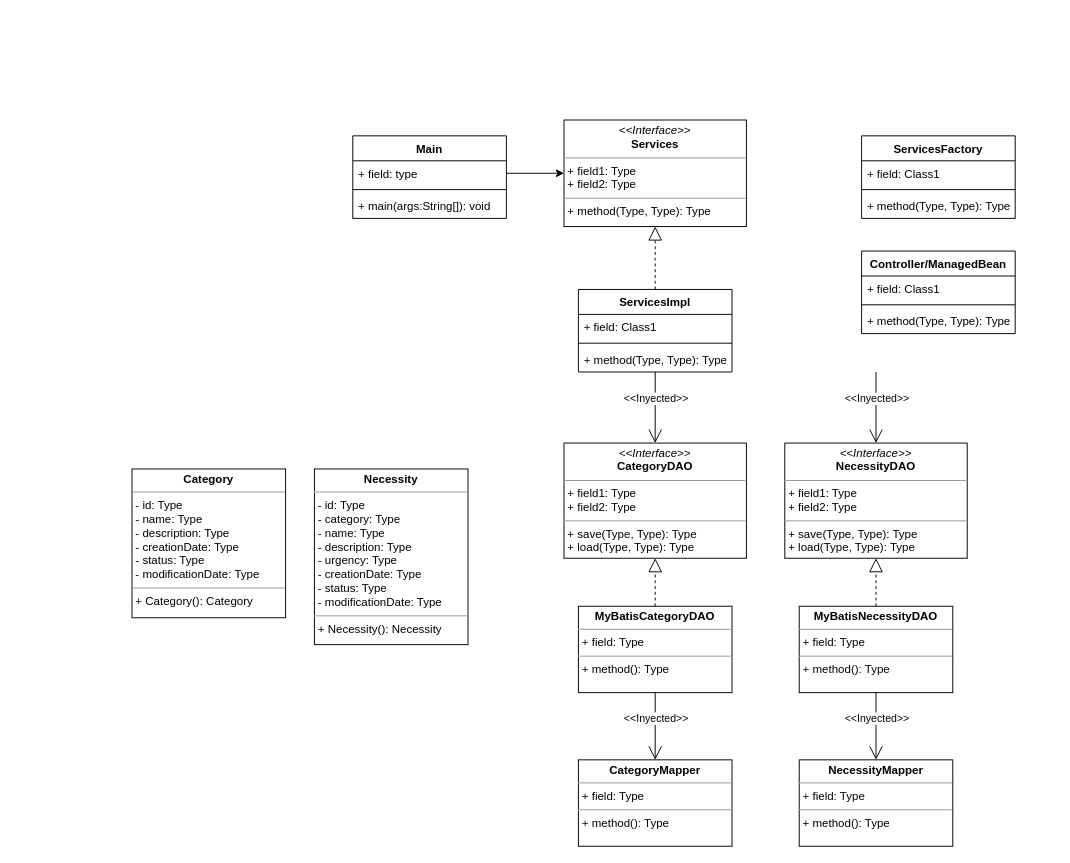
Earlier version of the draw.io diagram classDiagram.drawio (CODECVDS/proyecto-solidaridadescuela). Source tidied: cells renumbered, new cells numbered last; positions are measured from the earlier drawing's top-left corner, leaving out a move shared by most shapes. Both pictures are drawn from the tidied source at 96%, with x=0, y=0 at pixel (132, 120).
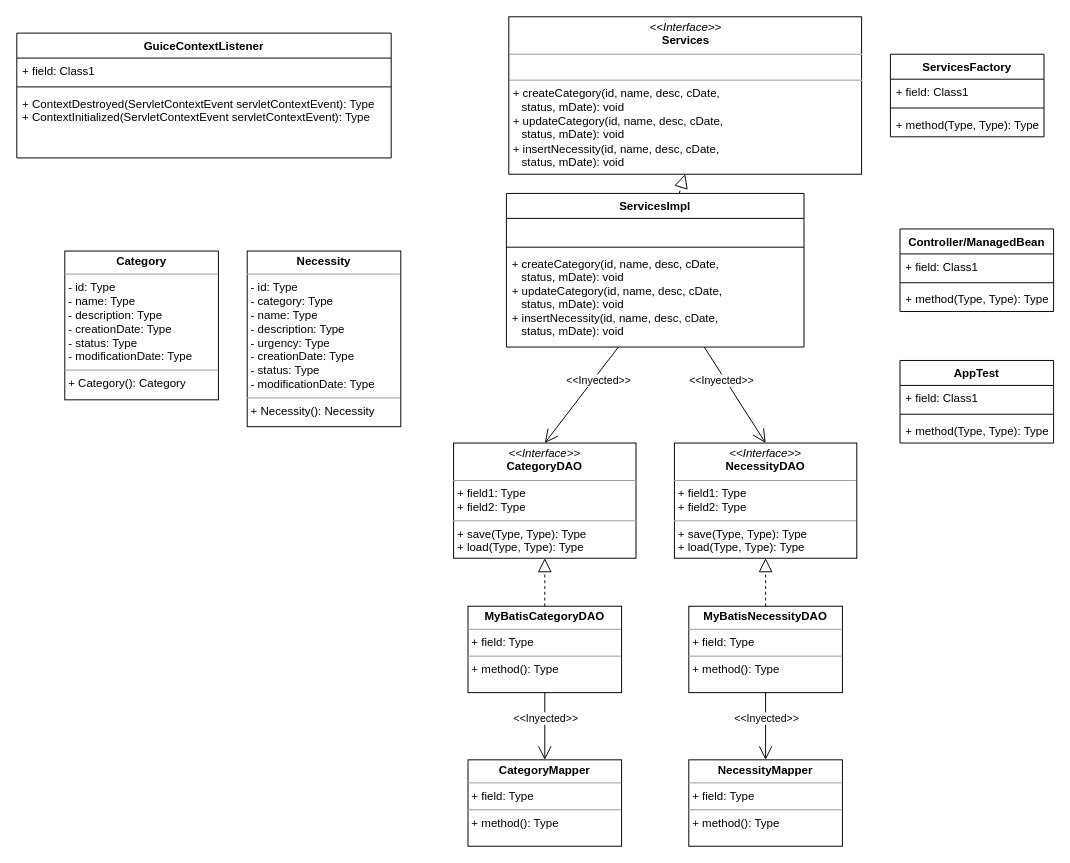
Above is the later version.

Commit message (it also covers changes not shown here):
Diagrama de clases modificado

Change to the diagram source:
```diff
@@
-    <mxCell id="2" value="Main" style="swimlane;fontStyle=1;align=center;verticalAlign=top;horizontal=1;startSize=26;" parent="1" vertex="1">
-      <mxGeometry x="230" y="16" width="160" height="86" as="geometry" />
-    </mxCell>
-    <mxCell id="3" value="+ field: type" style="text;strokeColor=none;fillColor=none;align=left;verticalAlign=top;spacingLeft=4;spacingRight=4;overflow=hidden;points=[[0,0.5],[1,0.5]];portConstraint=eastwest;" parent="2" vertex="1">
-      <mxGeometry y="26" width="160" height="26" as="geometry" />
-    </mxCell>
-    <mxCell id="4" style="line;strokeWidth=1;fillColor=none;align=left;verticalAlign=middle;spacingTop=-1;spacingLeft=3;spacingRight=3;labelPosition=right;" parent="2" vertex="1">
-      <mxGeometry y="52" width="160" height="8" as="geometry" />
-    </mxCell>
-    <mxCell id="5" value="+ main(args:String[]): void" style="text;strokeColor=none;fillColor=none;align=left;verticalAlign=top;spacingLeft=4;spacingRight=4;overflow=hidden;" parent="2" vertex="1">
-      <mxGeometry y="60" width="160" height="26" as="geometry" />
-    </mxCell>
-    <mxCell id="6" style="edgeStyle=orthogonalEdgeStyle;rounded=0;jettySize=auto;html=1;" parent="1" edge="1" source="3" target="7">
-      <mxGeometry relative="1" as="geometry" />
-    </mxCell>
-    <mxCell id="7" value="&lt;p style=&quot;margin: 0px ; margin-top: 4px ; text-align: center&quot;&gt;&lt;i&gt;&amp;lt;&amp;lt;Interface&amp;gt;&amp;gt;&lt;/i&gt;&lt;br&gt;&lt;b&gt;Services&lt;/b&gt;&lt;/p&gt;&lt;hr size=&quot;1&quot;&gt;&lt;p style=&quot;margin: 0px ; margin-left: 4px&quot;&gt;+ field1: Type&lt;br&gt;+ field2: Type&lt;/p&gt;&lt;hr size=&quot;1&quot;&gt;&lt;p style=&quot;margin: 0px ; margin-left: 4px&quot;&gt;+ method(Type, Type): Type&lt;/p&gt;" style="verticalAlign=top;align=left;overflow=fill;fontSize=12;fontFamily=Helvetica;html=1;" parent="1" vertex="1">
-      <mxGeometry x="450" y="-0.5" width="190" height="111" as="geometry" />
+    <mxCell id="7" value="&lt;p style=&quot;margin: 0px ; margin-top: 4px ; text-align: center&quot;&gt;&lt;i&gt;&amp;lt;&amp;lt;Interface&amp;gt;&amp;gt;&lt;/i&gt;&lt;br&gt;&lt;b&gt;Services&lt;/b&gt;&lt;/p&gt;&lt;hr size=&quot;1&quot;&gt;&lt;p style=&quot;margin: 0px ; margin-left: 4px&quot;&gt;&lt;br&gt;&lt;/p&gt;&lt;hr size=&quot;1&quot;&gt;&lt;p style=&quot;margin: 0px ; margin-left: 4px&quot;&gt;+ createCategory(id, name, desc, cDate,&amp;nbsp;&lt;/p&gt;&amp;nbsp; &amp;nbsp; status,&amp;nbsp;&lt;span&gt;mDate&lt;/span&gt;&lt;span&gt;): void&lt;/span&gt;&lt;br&gt;&lt;p style=&quot;margin: 0px ; margin-left: 4px&quot;&gt;+ updateCategory(&lt;span&gt;id, name, desc, cDate,&amp;nbsp;&lt;/span&gt;&lt;/p&gt;&amp;nbsp; &amp;nbsp; status,&amp;nbsp;&lt;span&gt;mDate&lt;/span&gt;&lt;span&gt;): void&lt;/span&gt;&lt;span&gt;&lt;br&gt;&lt;/span&gt;&lt;p style=&quot;margin: 0px ; margin-left: 4px&quot;&gt;+ insertNecessity(&lt;span&gt;id, name, desc, cDate,&amp;nbsp;&lt;/span&gt;&lt;/p&gt;&amp;nbsp; &amp;nbsp; status,&amp;nbsp;&lt;span&gt;mDate&lt;/span&gt;&lt;span&gt;): void&lt;/span&gt;&lt;span&gt;&lt;br&gt;&lt;/span&gt;&lt;p style=&quot;margin: 0px ; margin-left: 4px&quot;&gt;&lt;br&gt;&lt;/p&gt;" style="verticalAlign=top;align=left;overflow=fill;fontSize=12;fontFamily=Helvetica;html=1;" parent="1" vertex="1">
+      <mxGeometry x="392.5" y="-108" width="367.5" height="164" as="geometry" />
     </mxCell>
     <mxCell id="8" value="ServicesImpl" style="swimlane;fontStyle=1;align=center;verticalAlign=top;horizontal=1;startSize=26;" parent="1" vertex="1">
-      <mxGeometry x="465" y="176" width="160" height="86" as="geometry" />
+      <mxGeometry x="390" y="76" width="310" height="160" as="geometry" />
     </mxCell>
-    <mxCell id="9" value="+ field: Class1" style="text;strokeColor=none;fillColor=none;align=left;verticalAlign=top;spacingLeft=4;spacingRight=4;overflow=hidden;" parent="8" vertex="1">
-      <mxGeometry y="26" width="160" height="26" as="geometry" />
+    <mxCell id="9" value=" " style="text;strokeColor=none;fillColor=none;align=left;verticalAlign=top;spacingLeft=4;spacingRight=4;overflow=hidden;" parent="8" vertex="1">
+      <mxGeometry y="26" width="310" height="26" as="geometry" />
     </mxCell>
     <mxCell id="10" style="line;strokeWidth=1;fillColor=none;align=left;verticalAlign=middle;spacingTop=-1;spacingLeft=3;spacingRight=3;labelPosition=right;" parent="8" vertex="1">
-      <mxGeometry y="52" width="160" height="8" as="geometry" />
+      <mxGeometry y="52" width="310" height="8" as="geometry" />
     </mxCell>
-    <mxCell id="11" value="+ method(Type, Type): Type" style="text;strokeColor=none;fillColor=none;align=left;verticalAlign=top;spacingLeft=4;spacingRight=4;overflow=hidden;points=[[0,0.5],[1,0.5]];portConstraint=eastwest;" parent="8" vertex="1">
-      <mxGeometry y="60" width="160" height="26" as="geometry" />
+    <mxCell id="11" value="+ createCategory(id, name, desc, cDate,&#10;   status, mDate): void&#10;+ updateCategory(id, name, desc, cDate,&#10;   status, mDate): void&#10;+ insertNecessity(id, name, desc, cDate,&#10;   status, mDate): void" style="text;strokeColor=none;fillColor=none;align=left;verticalAlign=top;spacingLeft=4;spacingRight=4;overflow=hidden;points=[[0,0.5],[1,0.5]];portConstraint=eastwest;" parent="8" vertex="1">
+      <mxGeometry y="60" width="310" height="100" as="geometry" />
     </mxCell>
     <mxCell id="12" value="&lt;p style=&quot;margin: 0px ; margin-top: 4px ; text-align: center&quot;&gt;&lt;i&gt;&amp;lt;&amp;lt;Interface&amp;gt;&amp;gt;&lt;/i&gt;&lt;br&gt;&lt;b&gt;CategoryDAO&lt;/b&gt;&lt;/p&gt;&lt;hr size=&quot;1&quot;&gt;&lt;p style=&quot;margin: 0px ; margin-left: 4px&quot;&gt;+ field1: Type&lt;br&gt;+ field2: Type&lt;/p&gt;&lt;hr size=&quot;1&quot;&gt;&lt;p style=&quot;margin: 0px ; margin-left: 4px&quot;&gt;+ save(Type, Type): Type&lt;/p&gt;&lt;p style=&quot;margin: 0px ; margin-left: 4px&quot;&gt;+ load(Type, Type): Type&lt;br&gt;&lt;/p&gt;" style="verticalAlign=top;align=left;overflow=fill;fontSize=12;fontFamily=Helvetica;html=1;" parent="1" vertex="1">
-      <mxGeometry x="450" y="336" width="190" height="120" as="geometry" />
+      <mxGeometry x="335" y="336" width="190" height="120" as="geometry" />
     </mxCell>
     <mxCell id="13" value="&lt;p style=&quot;margin: 0px ; margin-top: 4px ; text-align: center&quot;&gt;&lt;b&gt;MyBatisCategoryDAO&lt;/b&gt;&lt;br&gt;&lt;/p&gt;&lt;hr size=&quot;1&quot;&gt;&lt;p style=&quot;margin: 0px ; margin-left: 4px&quot;&gt;+ field: Type&lt;/p&gt;&lt;hr size=&quot;1&quot;&gt;&lt;p style=&quot;margin: 0px ; margin-left: 4px&quot;&gt;+ method(): Type&lt;/p&gt;" style="verticalAlign=top;align=left;overflow=fill;fontSize=12;fontFamily=Helvetica;html=1;" parent="1" vertex="1">
-      <mxGeometry x="465" y="506" width="160" height="90" as="geometry" />
+      <mxGeometry x="350" y="506" width="160" height="90" as="geometry" />
     </mxCell>
     <mxCell id="14" value="&lt;p style=&quot;margin: 0px ; margin-top: 4px ; text-align: center&quot;&gt;&lt;b&gt;CategoryMapper&lt;/b&gt;&lt;/p&gt;&lt;hr size=&quot;1&quot;&gt;&lt;p style=&quot;margin: 0px ; margin-left: 4px&quot;&gt;+ field: Type&lt;/p&gt;&lt;hr size=&quot;1&quot;&gt;&lt;p style=&quot;margin: 0px ; margin-left: 4px&quot;&gt;+ method(): Type&lt;/p&gt;" style="verticalAlign=top;align=left;overflow=fill;fontSize=12;fontFamily=Helvetica;html=1;" parent="1" vertex="1">
-      <mxGeometry x="465" y="666" width="160" height="90" as="geometry" />
+      <mxGeometry x="350" y="666" width="160" height="90" as="geometry" />
     </mxCell>
@@
     <mxCell id="21" value="ServicesFactory" style="swimlane;fontStyle=1;align=center;verticalAlign=top;horizontal=1;startSize=26;" parent="1" vertex="1">
-      <mxGeometry x="760" y="16" width="160" height="86" as="geometry" />
+      <mxGeometry x="790" y="-69" width="160" height="86" as="geometry" />
     </mxCell>
@@
     <mxCell id="25" value="Controller/ManagedBean" style="swimlane;fontStyle=1;align=center;verticalAlign=top;horizontal=1;startSize=26;" parent="1" vertex="1">
-      <mxGeometry x="760" y="136" width="160" height="86" as="geometry" />
+      <mxGeometry x="800" y="113" width="160" height="86" as="geometry" />
     </mxCell>
@@
     <mxCell id="29" value="&lt;p style=&quot;margin: 0px ; margin-top: 4px ; text-align: center&quot;&gt;&lt;b&gt;Category&lt;/b&gt;&lt;br&gt;&lt;/p&gt;&lt;hr size=&quot;1&quot;&gt;&lt;p style=&quot;margin: 0px ; margin-left: 4px&quot;&gt;- id: Type&lt;/p&gt;&lt;p style=&quot;margin: 0px ; margin-left: 4px&quot;&gt;- name: Type&lt;br&gt;&lt;/p&gt;&lt;p style=&quot;margin: 0px ; margin-left: 4px&quot;&gt;- description: Type&lt;br&gt;&lt;/p&gt;&lt;p style=&quot;margin: 0px ; margin-left: 4px&quot;&gt;- creationDate: Type&lt;br&gt;&lt;/p&gt;&lt;p style=&quot;margin: 0px ; margin-left: 4px&quot;&gt;- status: Type&lt;br&gt;&lt;/p&gt;&lt;p style=&quot;margin: 0px ; margin-left: 4px&quot;&gt;- modificationDate: Type&lt;br&gt;&lt;/p&gt;&lt;hr size=&quot;1&quot;&gt;&lt;p style=&quot;margin: 0px ; margin-left: 4px&quot;&gt;+ Category(): Category&lt;/p&gt;" style="verticalAlign=top;align=left;overflow=fill;fontSize=12;fontFamily=Helvetica;html=1;" parent="1" vertex="1">
-      <mxGeometry y="363" width="160" height="155" as="geometry" />
+      <mxGeometry x="-70" y="136" width="160" height="155" as="geometry" />
     </mxCell>
     <mxCell id="30" value="&lt;p style=&quot;margin: 0px ; margin-top: 4px ; text-align: center&quot;&gt;&lt;b&gt;Necessity&lt;/b&gt;&lt;br&gt;&lt;/p&gt;&lt;hr size=&quot;1&quot;&gt;&lt;p style=&quot;margin: 0px ; margin-left: 4px&quot;&gt;- id: Type&lt;/p&gt;&lt;p style=&quot;margin: 0px ; margin-left: 4px&quot;&gt;- category: Type&lt;br&gt;&lt;/p&gt;&lt;p style=&quot;margin: 0px ; margin-left: 4px&quot;&gt;- name: Type&lt;br&gt;&lt;/p&gt;&lt;p style=&quot;margin: 0px ; margin-left: 4px&quot;&gt;- description: Type&lt;br&gt;&lt;/p&gt;&lt;p style=&quot;margin: 0px ; margin-left: 4px&quot;&gt;- urgency: Type&lt;br&gt;&lt;/p&gt;&lt;p style=&quot;margin: 0px ; margin-left: 4px&quot;&gt;- creationDate: Type&lt;br&gt;&lt;/p&gt;&lt;p style=&quot;margin: 0px ; margin-left: 4px&quot;&gt;- status: Type&lt;br&gt;&lt;/p&gt;&lt;p style=&quot;margin: 0px ; margin-left: 4px&quot;&gt;- modificationDate: Type&lt;br&gt;&lt;/p&gt;&lt;hr size=&quot;1&quot;&gt;&lt;p style=&quot;margin: 0px ; margin-left: 4px&quot;&gt;+ Necessity(): Necessity&lt;/p&gt;" style="verticalAlign=top;align=left;overflow=fill;fontSize=12;fontFamily=Helvetica;html=1;" parent="1" vertex="1">
-      <mxGeometry x="190" y="363" width="160" height="183" as="geometry" />
+      <mxGeometry x="120" y="136" width="160" height="183" as="geometry" />
     </mxCell>
     <mxCell id="31" value="&lt;p style=&quot;margin: 0px ; margin-top: 4px ; text-align: center&quot;&gt;&lt;i&gt;&amp;lt;&amp;lt;Interface&amp;gt;&amp;gt;&lt;/i&gt;&lt;br&gt;&lt;b&gt;NecessityDAO&lt;/b&gt;&lt;/p&gt;&lt;hr size=&quot;1&quot;&gt;&lt;p style=&quot;margin: 0px ; margin-left: 4px&quot;&gt;+ field1: Type&lt;br&gt;+ field2: Type&lt;/p&gt;&lt;hr size=&quot;1&quot;&gt;&lt;p style=&quot;margin: 0px ; margin-left: 4px&quot;&gt;+ save(Type, Type): Type&lt;/p&gt;&lt;p style=&quot;margin: 0px ; margin-left: 4px&quot;&gt;+ load(Type, Type): Type&lt;br&gt;&lt;/p&gt;" style="verticalAlign=top;align=left;overflow=fill;fontSize=12;fontFamily=Helvetica;html=1;" parent="1" vertex="1">
-      <mxGeometry x="680" y="336" width="190" height="120" as="geometry" />
+      <mxGeometry x="565" y="336" width="190" height="120" as="geometry" />
     </mxCell>
     <mxCell id="32" value="&lt;p style=&quot;margin: 0px ; margin-top: 4px ; text-align: center&quot;&gt;&lt;b&gt;MyBatisNecessityDAO&lt;/b&gt;&lt;br&gt;&lt;/p&gt;&lt;hr size=&quot;1&quot;&gt;&lt;p style=&quot;margin: 0px ; margin-left: 4px&quot;&gt;+ field: Type&lt;/p&gt;&lt;hr size=&quot;1&quot;&gt;&lt;p style=&quot;margin: 0px ; margin-left: 4px&quot;&gt;+ method(): Type&lt;/p&gt;" style="verticalAlign=top;align=left;overflow=fill;fontSize=12;fontFamily=Helvetica;html=1;" parent="1" vertex="1">
-      <mxGeometry x="695" y="506" width="160" height="90" as="geometry" />
+      <mxGeometry x="580" y="506" width="160" height="90" as="geometry" />
     </mxCell>
@@
-    <mxCell id="36" style="endArrow=open;endFill=1;endSize=12;html=1;entryX=0.5;entryY=0;entryDx=0;entryDy=0;" parent="1" edge="1" target="31">
-      <mxGeometry relative="1" as="geometry">
-        <mxPoint x="775" y="262" as="sourcePoint" />
-      </mxGeometry>
+    <mxCell id="36" style="endArrow=open;endFill=1;endSize=12;html=1;entryX=0.5;entryY=0;entryDx=0;entryDy=0;" parent="1" edge="1" source="8" target="31">
+      <mxGeometry relative="1" as="geometry" />
     </mxCell>
@@
     <mxCell id="38" value="&lt;p style=&quot;margin: 0px ; margin-top: 4px ; text-align: center&quot;&gt;&lt;b&gt;NecessityMapper&lt;/b&gt;&lt;/p&gt;&lt;hr size=&quot;1&quot;&gt;&lt;p style=&quot;margin: 0px ; margin-left: 4px&quot;&gt;+ field: Type&lt;/p&gt;&lt;hr size=&quot;1&quot;&gt;&lt;p style=&quot;margin: 0px ; margin-left: 4px&quot;&gt;+ method(): Type&lt;/p&gt;" style="verticalAlign=top;align=left;overflow=fill;fontSize=12;fontFamily=Helvetica;html=1;" parent="1" vertex="1">
-      <mxGeometry x="695" y="666" width="160" height="90" as="geometry" />
+      <mxGeometry x="580" y="666" width="160" height="90" as="geometry" />
     </mxCell>
+    <mxCell id="39" value="GuiceContextListener" style="swimlane;fontStyle=1;align=center;verticalAlign=top;horizontal=1;startSize=26;" parent="1" vertex="1">
+      <mxGeometry x="-120" y="-91" width="390" height="130" as="geometry" />
+    </mxCell>
+    <mxCell id="40" value="+ field: Class1" style="text;strokeColor=none;fillColor=none;align=left;verticalAlign=top;spacingLeft=4;spacingRight=4;overflow=hidden;" parent="39" vertex="1">
+      <mxGeometry y="26" width="390" height="26" as="geometry" />
+    </mxCell>
+    <mxCell id="41" style="line;strokeWidth=1;fillColor=none;align=left;verticalAlign=middle;spacingTop=-1;spacingLeft=3;spacingRight=3;labelPosition=right;" parent="39" vertex="1">
+      <mxGeometry y="52" width="390" height="8" as="geometry" />
+    </mxCell>
+    <mxCell id="42" value="+ ContextDestroyed(ServletContextEvent servletContextEvent): Type&#10;+ ContextInitialized(ServletContextEvent servletContextEvent): Type" style="text;strokeColor=none;fillColor=none;align=left;verticalAlign=top;spacingLeft=4;spacingRight=4;overflow=hidden;" parent="39" vertex="1">
+      <mxGeometry y="60" width="390" height="70" as="geometry" />
+    </mxCell>
+    <mxCell id="43" value="AppTest" style="swimlane;fontStyle=1;align=center;verticalAlign=top;horizontal=1;startSize=26;" parent="1" vertex="1">
+      <mxGeometry x="800" y="250" width="160" height="86" as="geometry" />
+    </mxCell>
+    <mxCell id="44" value="+ field: Class1" style="text;strokeColor=none;fillColor=none;align=left;verticalAlign=top;spacingLeft=4;spacingRight=4;overflow=hidden;" parent="43" vertex="1">
+      <mxGeometry y="26" width="160" height="26" as="geometry" />
+    </mxCell>
+    <mxCell id="4" style="line;strokeWidth=1;fillColor=none;align=left;verticalAlign=middle;spacingTop=-1;spacingLeft=3;spacingRight=3;labelPosition=right;" parent="43" vertex="1">
+      <mxGeometry y="52" width="160" height="8" as="geometry" />
+    </mxCell>
+    <mxCell id="45" value="+ method(Type, Type): Type" style="text;strokeColor=none;fillColor=none;align=left;verticalAlign=top;spacingLeft=4;spacingRight=4;overflow=hidden;" parent="43" vertex="1">
+      <mxGeometry y="60" width="160" height="26" as="geometry" />
+    </mxCell>
```
